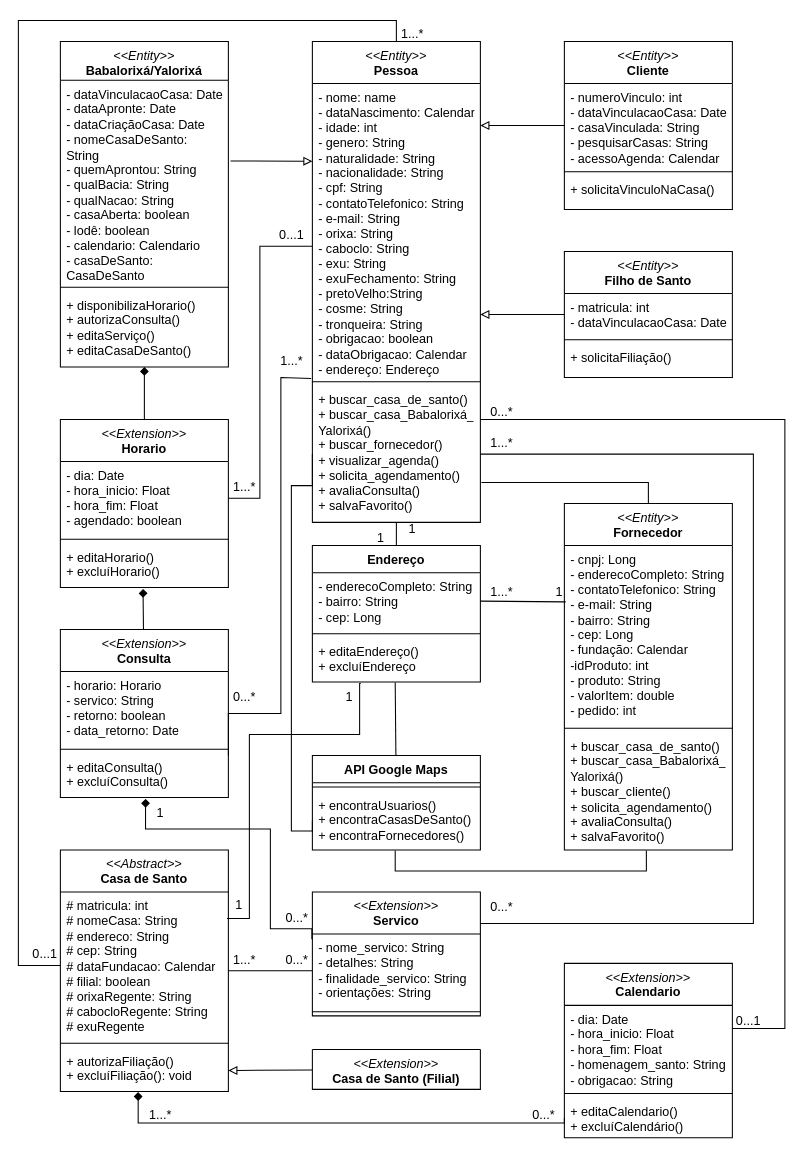
Above: Diagrama sem nome.drawio in AlexCarvalhovisk/sarava (draw.io), before the change. Source tidied: cells renumbered, new cells numbered last; positions are measured from the earlier drawing's top-left corner, leaving out a move shared by most shapes. Both pictures are drawn from the tidied source at 105%, with x=0, y=0 at pixel (18, 18).
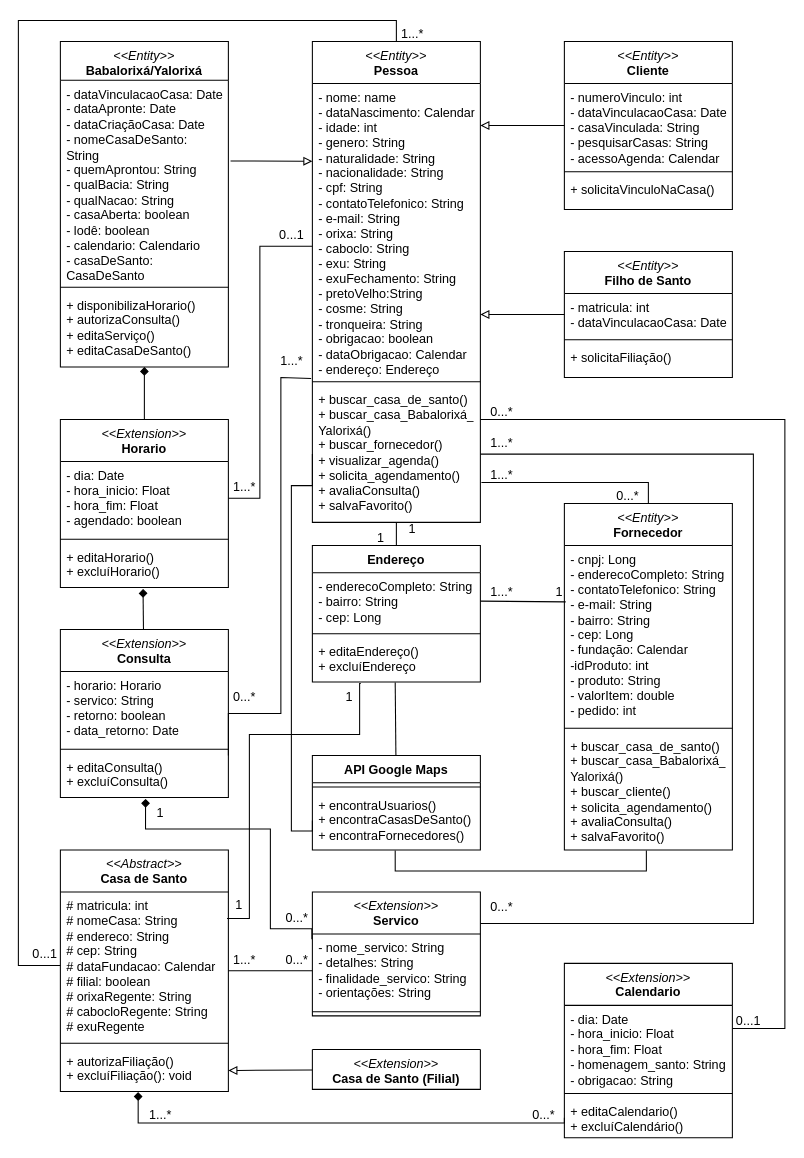
The same diagram, later.

The edit, as a diff of the source:
```diff
@@
+    <mxCell id="92" value="0...*" style="text;html=1;align=center;verticalAlign=middle;strokeColor=none;fillColor=none;" parent="1" vertex="1">
+      <mxGeometry x="560" y="440" width="40" height="30" as="geometry" />
+    </mxCell>
+    <mxCell id="93" value="1...*" style="text;html=1;align=center;verticalAlign=middle;strokeColor=none;fillColor=none;" parent="1" vertex="1">
+      <mxGeometry x="440" y="420" width="40" height="30" as="geometry" />
+    </mxCell>
```
